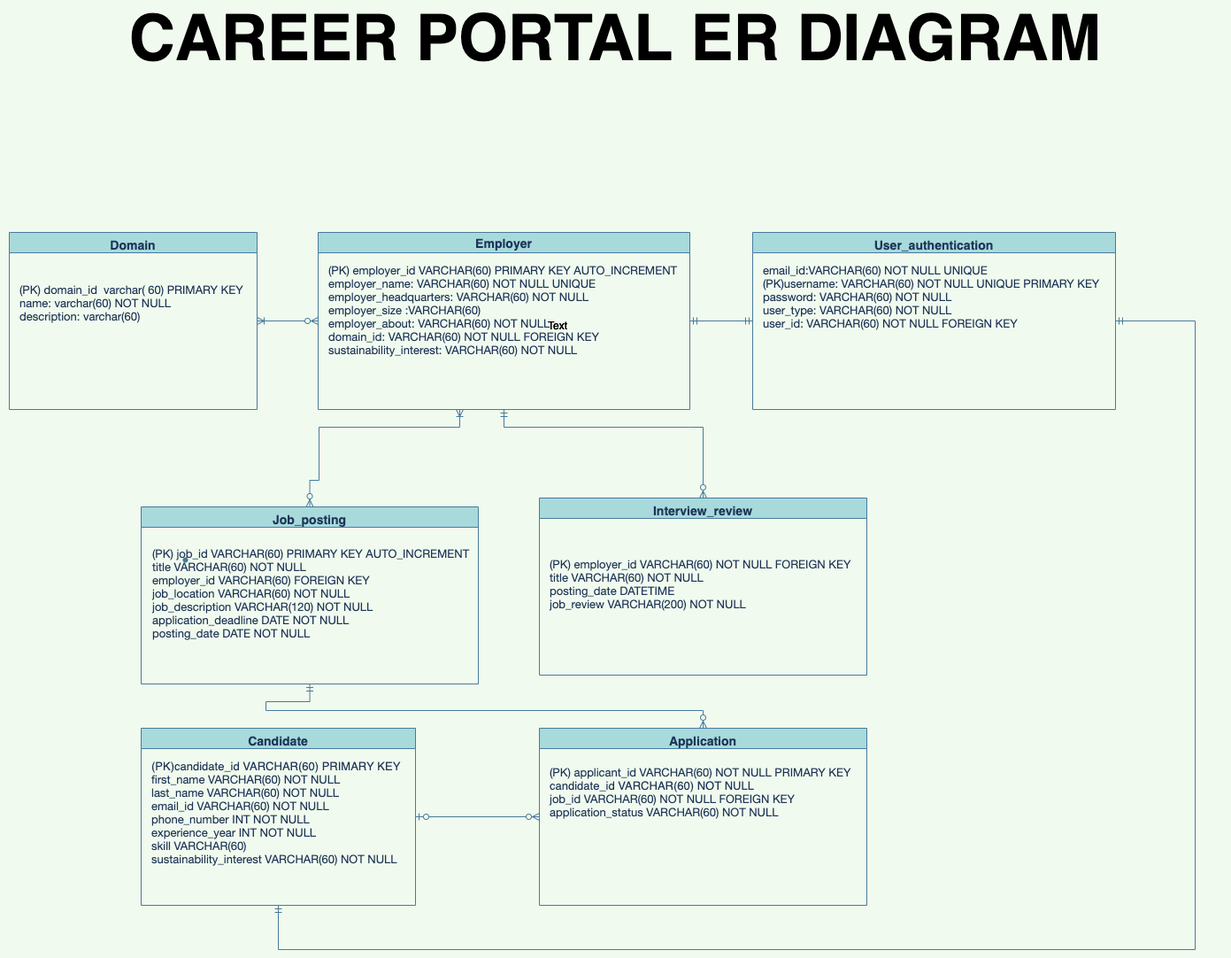
Earlier version of the draw.io export documentation/logical_design_V2.png (CS480UIC/cs480--course-project-career_portal). Source tidied: cells renumbered, new cells last; positions are measured from the earlier drawing's top-left corner, leaving out a move shared by most shapes.
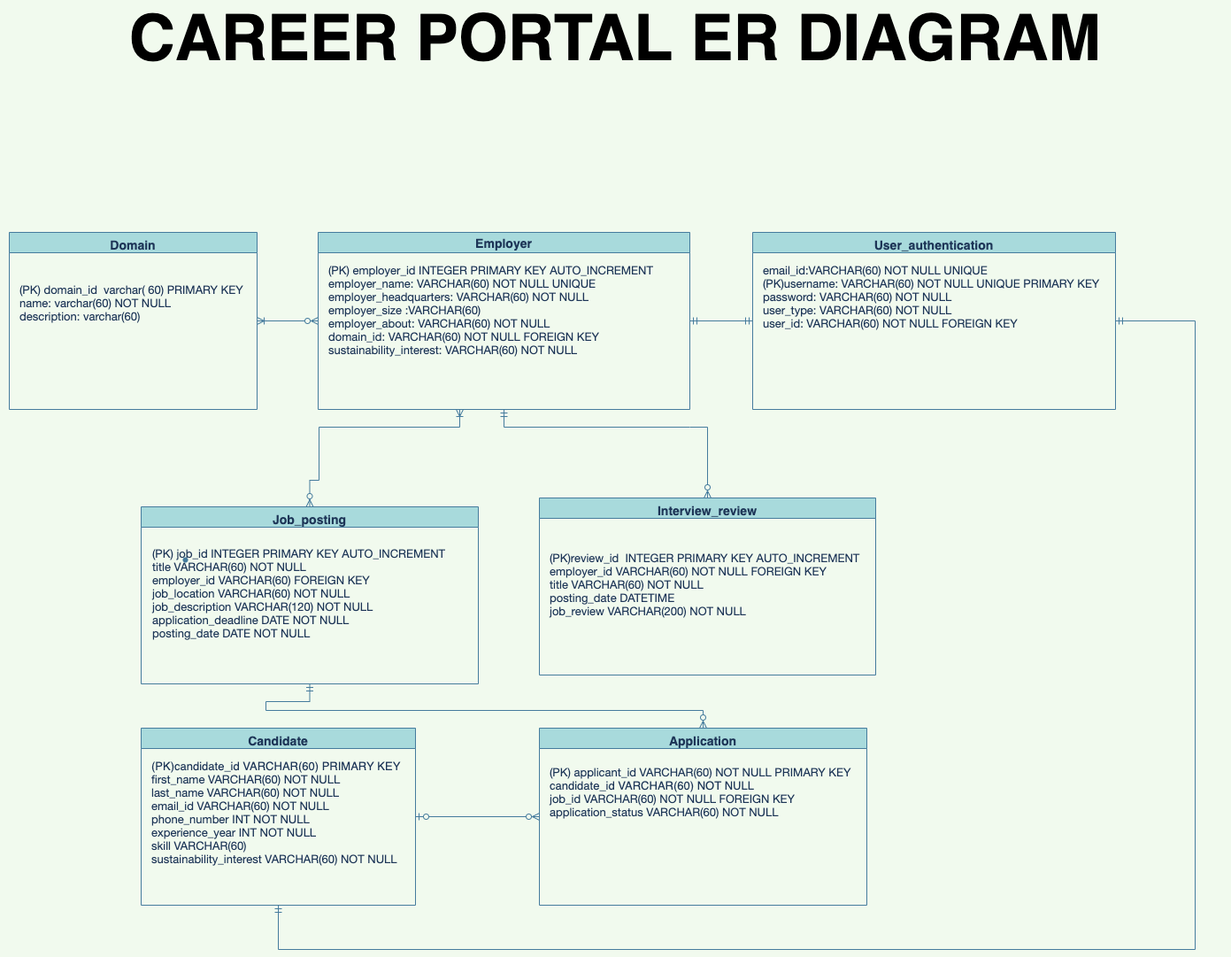
After the change.

The edit, as a diff of the source:
```diff
@@ -19,8 +19,8 @@
     <mxCell id="4" value="Employer" style="swimlane;fontSize=14;fillColor=#A8DADC;strokeColor=#457B9D;fontColor=#1D3557;" parent="1" vertex="1">
       <mxGeometry x="359" y="234" width="420" height="200" as="geometry" />
     </mxCell>
-    <mxCell id="5" value="&lt;p class=&quot;p1&quot; style=&quot;margin: 0px ; font-stretch: normal ; line-height: normal ; font-family: &amp;#34;helvetica neue&amp;#34; ; font-size: 13px&quot;&gt;&lt;font style=&quot;font-size: 13px&quot;&gt;(PK) employer_id VARCHAR(60) PRIMARY KEY AUTO_INCREMENT&lt;br style=&quot;font-size: 13px&quot;&gt;employer_name: VARCHAR(60) NOT NULL UNIQUE&lt;/font&gt;&lt;/p&gt;&lt;p class=&quot;p1&quot; style=&quot;margin: 0px ; font-stretch: normal ; line-height: normal ; font-family: &amp;#34;helvetica neue&amp;#34; ; font-size: 13px&quot;&gt;&lt;font style=&quot;font-size: 13px&quot;&gt;employer_headquarters: VARCHAR(60) NOT NULL&lt;/font&gt;&lt;/p&gt;&lt;p class=&quot;p1&quot; style=&quot;margin: 0px ; font-stretch: normal ; line-height: normal ; font-family: &amp;#34;helvetica neue&amp;#34; ; font-size: 13px&quot;&gt;&lt;font style=&quot;font-size: 13px&quot;&gt;employer_size :VARCHAR(60)&amp;nbsp;&lt;/font&gt;&lt;/p&gt;&lt;p class=&quot;p1&quot; style=&quot;margin: 0px ; font-stretch: normal ; line-height: normal ; font-family: &amp;#34;helvetica neue&amp;#34; ; font-size: 13px&quot;&gt;&lt;font style=&quot;font-size: 13px&quot;&gt;employer_about: VARCHAR(60) NOT NULL&lt;/font&gt;&lt;/p&gt;&lt;p class=&quot;p1&quot; style=&quot;margin: 0px ; font-stretch: normal ; line-height: normal ; font-family: &amp;#34;helvetica neue&amp;#34; ; font-size: 13px&quot;&gt;&lt;font style=&quot;font-size: 13px&quot;&gt;domain_id: VARCHAR(60) NOT NULL FOREIGN KEY&amp;nbsp;&amp;nbsp;&lt;/font&gt;&lt;/p&gt;&lt;p class=&quot;p1&quot; style=&quot;margin: 0px ; font-stretch: normal ; line-height: normal ; font-family: &amp;#34;helvetica neue&amp;#34; ; font-size: 13px&quot;&gt;&lt;font style=&quot;font-size: 13px&quot;&gt;sustainability_interest: VARCHAR(60) NOT NULL&lt;/font&gt;&lt;/p&gt;&lt;p class=&quot;p2&quot; style=&quot;margin: 0px 0px 0px 23px ; font-stretch: normal ; font-size: 13px ; line-height: normal ; font-family: &amp;#34;helvetica neue&amp;#34; ; min-height: 15px&quot;&gt;&lt;br style=&quot;font-size: 13px&quot;&gt;&lt;/p&gt;" style="text;html=1;align=left;verticalAlign=middle;strokeColor=none;fillColor=none;fontSize=13;fontColor=#1D3557;" parent="4" vertex="1">
-      <mxGeometry x="10" y="30" width="410" height="130" as="geometry" />
+    <mxCell id="5" value="&lt;p class=&quot;p1&quot; style=&quot;margin: 0px ; font-stretch: normal ; line-height: normal ; font-family: &amp;#34;helvetica neue&amp;#34; ; font-size: 13px&quot;&gt;&lt;font style=&quot;font-size: 13px&quot;&gt;(PK) employer_id INTEGER PRIMARY KEY AUTO_INCREMENT&lt;br style=&quot;font-size: 13px&quot;&gt;employer_name: VARCHAR(60) NOT NULL UNIQUE&lt;/font&gt;&lt;/p&gt;&lt;p class=&quot;p1&quot; style=&quot;margin: 0px ; font-stretch: normal ; line-height: normal ; font-family: &amp;#34;helvetica neue&amp;#34; ; font-size: 13px&quot;&gt;&lt;font style=&quot;font-size: 13px&quot;&gt;employer_headquarters: VARCHAR(60) NOT NULL&lt;/font&gt;&lt;/p&gt;&lt;p class=&quot;p1&quot; style=&quot;margin: 0px ; font-stretch: normal ; line-height: normal ; font-family: &amp;#34;helvetica neue&amp;#34; ; font-size: 13px&quot;&gt;&lt;font style=&quot;font-size: 13px&quot;&gt;employer_size :VARCHAR(60)&amp;nbsp;&lt;/font&gt;&lt;/p&gt;&lt;p class=&quot;p1&quot; style=&quot;margin: 0px ; font-stretch: normal ; line-height: normal ; font-family: &amp;#34;helvetica neue&amp;#34; ; font-size: 13px&quot;&gt;&lt;font style=&quot;font-size: 13px&quot;&gt;employer_about: VARCHAR(60) NOT NULL&lt;/font&gt;&lt;/p&gt;&lt;p class=&quot;p1&quot; style=&quot;margin: 0px ; font-stretch: normal ; line-height: normal ; font-family: &amp;#34;helvetica neue&amp;#34; ; font-size: 13px&quot;&gt;&lt;font style=&quot;font-size: 13px&quot;&gt;domain_id: VARCHAR(60) NOT NULL FOREIGN KEY&amp;nbsp;&amp;nbsp;&lt;/font&gt;&lt;/p&gt;&lt;p class=&quot;p1&quot; style=&quot;margin: 0px ; font-stretch: normal ; line-height: normal ; font-family: &amp;#34;helvetica neue&amp;#34; ; font-size: 13px&quot;&gt;&lt;font style=&quot;font-size: 13px&quot;&gt;sustainability_interest: VARCHAR(60) NOT NULL&lt;/font&gt;&lt;/p&gt;&lt;p class=&quot;p2&quot; style=&quot;margin: 0px 0px 0px 23px ; font-stretch: normal ; font-size: 13px ; line-height: normal ; font-family: &amp;#34;helvetica neue&amp;#34; ; min-height: 15px&quot;&gt;&lt;br style=&quot;font-size: 13px&quot;&gt;&lt;/p&gt;" style="text;html=1;align=left;verticalAlign=middle;strokeColor=none;fillColor=none;fontSize=13;fontColor=#1D3557;" parent="4" vertex="1">
+      <mxGeometry x="10" y="30" width="380" height="130" as="geometry" />
     </mxCell>
     <mxCell id="6" style="edgeStyle=none;rounded=0;jettySize=auto;html=1;exitX=1;exitY=0.5;exitDx=0;exitDy=0;entryX=0;entryY=0.5;entryDx=0;entryDy=0;fontSize=13;endArrow=ERzeroToMany;endFill=0;startArrow=ERzeroToOne;startFill=0;strokeColor=#457B9D;fontColor=#1D3557;labelBackgroundColor=#F1FAEE;" parent="1" edge="1" source="8" target="10">
       <mxGeometry relative="1" as="geometry" />
@@ -68,8 +68,8 @@
     <mxCell id="16" value="Job_posting&#10;&#9;&#9;" style="swimlane;fontSize=14;verticalAlign=top;fillColor=#A8DADC;strokeColor=#457B9D;fontColor=#1D3557;" parent="1" vertex="1">
       <mxGeometry x="159" y="544" width="381" height="200" as="geometry" />
     </mxCell>
-    <mxCell id="17" value="&lt;p class=&quot;p1&quot; style=&quot;margin: 0px ; font-stretch: normal ; line-height: normal ; font-family: &amp;#34;helvetica neue&amp;#34; ; font-size: 13px&quot;&gt;&lt;font style=&quot;font-size: 13px&quot;&gt;(PK) job_id VARCHAR(60) PRIMARY KEY AUTO_INCREMENT&lt;br style=&quot;font-size: 13px&quot;&gt;title VARCHAR(60) NOT NULL&lt;/font&gt;&lt;/p&gt;&lt;p class=&quot;p1&quot; style=&quot;margin: 0px ; font-stretch: normal ; line-height: normal ; font-family: &amp;#34;helvetica neue&amp;#34; ; font-size: 13px&quot;&gt;&lt;font style=&quot;font-size: 13px&quot;&gt;employer_id VARCHAR(60) FOREIGN KEY&lt;/font&gt;&lt;/p&gt;&lt;p class=&quot;p1&quot; style=&quot;margin: 0px ; font-stretch: normal ; line-height: normal ; font-family: &amp;#34;helvetica neue&amp;#34; ; font-size: 13px&quot;&gt;&lt;font style=&quot;font-size: 13px&quot;&gt;job_location VARCHAR(60) NOT NULL&lt;/font&gt;&lt;/p&gt;&lt;p class=&quot;p1&quot; style=&quot;margin: 0px ; font-stretch: normal ; line-height: normal ; font-family: &amp;#34;helvetica neue&amp;#34; ; font-size: 13px&quot;&gt;&lt;font style=&quot;font-size: 13px&quot;&gt;job_description VARCHAR(120) NOT NULL&lt;/font&gt;&lt;/p&gt;&lt;p class=&quot;p1&quot; style=&quot;margin: 0px ; font-stretch: normal ; line-height: normal ; font-family: &amp;#34;helvetica neue&amp;#34; ; font-size: 13px&quot;&gt;&lt;font style=&quot;font-size: 13px&quot;&gt;application_deadline DATE NOT NULL&lt;/font&gt;&lt;/p&gt;&lt;p class=&quot;p1&quot; style=&quot;margin: 0px ; font-stretch: normal ; line-height: normal ; font-family: &amp;#34;helvetica neue&amp;#34; ; font-size: 13px&quot;&gt;posting_date DATE NOT NULL&lt;/p&gt;&lt;p class=&quot;p2&quot; style=&quot;margin: 0px 0px 0px 23px ; font-stretch: normal ; font-size: 13px ; line-height: normal ; font-family: &amp;#34;helvetica neue&amp;#34; ; min-height: 15px&quot;&gt;&lt;br style=&quot;font-size: 13px&quot;&gt;&lt;/p&gt;" style="text;html=1;align=left;verticalAlign=middle;strokeColor=none;fillColor=none;fontSize=13;fontColor=#1D3557;" parent="16" vertex="1">
-      <mxGeometry x="11" y="40" width="370" height="130" as="geometry" />
+    <mxCell id="17" value="&lt;p class=&quot;p1&quot; style=&quot;margin: 0px ; font-stretch: normal ; line-height: normal ; font-family: &amp;#34;helvetica neue&amp;#34; ; font-size: 13px&quot;&gt;&lt;font style=&quot;font-size: 13px&quot;&gt;(PK) job_id INTEGER&amp;nbsp;PRIMARY KEY AUTO_INCREMENT&lt;br style=&quot;font-size: 13px&quot;&gt;title VARCHAR(60) NOT NULL&lt;/font&gt;&lt;/p&gt;&lt;p class=&quot;p1&quot; style=&quot;margin: 0px ; font-stretch: normal ; line-height: normal ; font-family: &amp;#34;helvetica neue&amp;#34; ; font-size: 13px&quot;&gt;&lt;font style=&quot;font-size: 13px&quot;&gt;employer_id VARCHAR(60) FOREIGN KEY&lt;/font&gt;&lt;/p&gt;&lt;p class=&quot;p1&quot; style=&quot;margin: 0px ; font-stretch: normal ; line-height: normal ; font-family: &amp;#34;helvetica neue&amp;#34; ; font-size: 13px&quot;&gt;&lt;font style=&quot;font-size: 13px&quot;&gt;job_location VARCHAR(60) NOT NULL&lt;/font&gt;&lt;/p&gt;&lt;p class=&quot;p1&quot; style=&quot;margin: 0px ; font-stretch: normal ; line-height: normal ; font-family: &amp;#34;helvetica neue&amp;#34; ; font-size: 13px&quot;&gt;&lt;font style=&quot;font-size: 13px&quot;&gt;job_description VARCHAR(120) NOT NULL&lt;/font&gt;&lt;/p&gt;&lt;p class=&quot;p1&quot; style=&quot;margin: 0px ; font-stretch: normal ; line-height: normal ; font-family: &amp;#34;helvetica neue&amp;#34; ; font-size: 13px&quot;&gt;&lt;font style=&quot;font-size: 13px&quot;&gt;application_deadline DATE NOT NULL&lt;/font&gt;&lt;/p&gt;&lt;p class=&quot;p1&quot; style=&quot;margin: 0px ; font-stretch: normal ; line-height: normal ; font-family: &amp;#34;helvetica neue&amp;#34; ; font-size: 13px&quot;&gt;posting_date DATE NOT NULL&lt;/p&gt;&lt;p class=&quot;p2&quot; style=&quot;margin: 0px 0px 0px 23px ; font-stretch: normal ; font-size: 13px ; line-height: normal ; font-family: &amp;#34;helvetica neue&amp;#34; ; min-height: 15px&quot;&gt;&lt;br style=&quot;font-size: 13px&quot;&gt;&lt;/p&gt;" style="text;html=1;align=left;verticalAlign=middle;strokeColor=none;fillColor=none;fontSize=13;fontColor=#1D3557;" parent="16" vertex="1">
+      <mxGeometry x="11" y="40" width="350" height="130" as="geometry" />
     </mxCell>
     <mxCell id="18" style="edgeStyle=orthogonalEdgeStyle;rounded=0;jettySize=auto;html=1;exitX=1;exitY=0.5;exitDx=0;exitDy=0;fontSize=13;endArrow=none;endFill=0;startArrow=ERmandOne;startFill=0;strokeColor=#457B9D;fontColor=#1D3557;labelBackgroundColor=#F1FAEE;" parent="1" edge="1" source="19">
       <mxGeometry relative="1" as="geometry">
@@ -95,20 +95,14 @@
       </mxGeometry>
     </mxCell>
     <mxCell id="22" value="Interview_review&#10;&#9;&#9;" style="swimlane;fontSize=14;verticalAlign=top;fillColor=#A8DADC;strokeColor=#457B9D;fontColor=#1D3557;" parent="1" vertex="1">
-      <mxGeometry x="609" y="534" width="370" height="200" as="geometry" />
+      <mxGeometry x="609" y="534" width="380" height="200" as="geometry" />
     </mxCell>
-    <mxCell id="23" value="&lt;p class=&quot;p1&quot; style=&quot;margin: 0px ; font-stretch: normal ; line-height: normal ; font-family: &amp;#34;helvetica neue&amp;#34; ; font-size: 13px&quot;&gt;&lt;font style=&quot;font-size: 13px&quot;&gt;(PK) employer_id VARCHAR(60) NOT NULL FOREIGN KEY&lt;br style=&quot;font-size: 13px&quot;&gt;title VARCHAR(60) NOT NULL&amp;nbsp;&lt;/font&gt;&lt;/p&gt;&lt;p class=&quot;p1&quot; style=&quot;margin: 0px ; font-stretch: normal ; line-height: normal ; font-family: &amp;#34;helvetica neue&amp;#34; ; font-size: 13px&quot;&gt;posting_date DATETIME&amp;nbsp; &amp;nbsp;&lt;/p&gt;&lt;p class=&quot;p1&quot; style=&quot;margin: 0px ; font-stretch: normal ; line-height: normal ; font-family: &amp;#34;helvetica neue&amp;#34; ; font-size: 13px&quot;&gt;job_review VARCHAR(200) NOT NULL&amp;nbsp;&lt;/p&gt;&lt;p class=&quot;p2&quot; style=&quot;margin: 0px 0px 0px 23px ; font-stretch: normal ; font-size: 13px ; line-height: normal ; font-family: &amp;#34;helvetica neue&amp;#34; ; min-height: 15px&quot;&gt;&lt;br style=&quot;font-size: 13px&quot;&gt;&lt;/p&gt;" style="text;html=1;align=left;verticalAlign=middle;strokeColor=none;fillColor=none;fontSize=13;fontColor=#1D3557;" parent="22" vertex="1">
-      <mxGeometry x="10" y="65" width="360" height="80" as="geometry" />
+    <mxCell id="23" value="&lt;p class=&quot;p1&quot; style=&quot;margin: 0px ; font-stretch: normal ; line-height: normal ; font-family: &amp;#34;helvetica neue&amp;#34; ; font-size: 13px&quot;&gt;&lt;font style=&quot;font-size: 13px&quot;&gt;(PK)review_id&amp;nbsp; INTEGER PRIMARY KEY AUTO_INCREMENT&lt;/font&gt;&lt;/p&gt;&lt;p class=&quot;p1&quot; style=&quot;margin: 0px ; font-stretch: normal ; line-height: normal ; font-family: &amp;#34;helvetica neue&amp;#34; ; font-size: 13px&quot;&gt;&lt;span&gt;employer_id VARCHAR(60) NOT NULL FOREIGN KEY&lt;/span&gt;&lt;/p&gt;&lt;p class=&quot;p1&quot; style=&quot;margin: 0px ; font-stretch: normal ; line-height: normal ; font-family: &amp;#34;helvetica neue&amp;#34; ; font-size: 13px&quot;&gt;&lt;font style=&quot;font-size: 13px&quot;&gt;title VARCHAR(60) NOT NULL&amp;nbsp;&lt;/font&gt;&lt;/p&gt;&lt;p class=&quot;p1&quot; style=&quot;margin: 0px ; font-stretch: normal ; line-height: normal ; font-family: &amp;#34;helvetica neue&amp;#34; ; font-size: 13px&quot;&gt;posting_date DATETIME&amp;nbsp; &amp;nbsp;&lt;/p&gt;&lt;p class=&quot;p1&quot; style=&quot;margin: 0px ; font-stretch: normal ; line-height: normal ; font-family: &amp;#34;helvetica neue&amp;#34; ; font-size: 13px&quot;&gt;job_review VARCHAR(200) NOT NULL&amp;nbsp;&lt;/p&gt;&lt;p class=&quot;p2&quot; style=&quot;margin: 0px 0px 0px 23px ; font-stretch: normal ; font-size: 13px ; line-height: normal ; font-family: &amp;#34;helvetica neue&amp;#34; ; min-height: 15px&quot;&gt;&lt;br style=&quot;font-size: 13px&quot;&gt;&lt;/p&gt;" style="text;html=1;align=left;verticalAlign=middle;strokeColor=none;fillColor=none;fontSize=13;fontColor=#1D3557;" parent="22" vertex="1">
+      <mxGeometry x="10" y="55" width="370" height="100" as="geometry" />
     </mxCell>
     <mxCell id="24" style="shape=waypoint;sketch=0;fillStyle=solid;size=6;fillColor=none;perimeter=centerPerimeter;rounded=0;fontColor=#1D3557;strokeColor=#457B9D;" parent="1" vertex="1">
       <mxGeometry x="189" y="584" width="40" height="40" as="geometry" />
     </mxCell>
-    <mxCell id="25" value="Text" style="text;html=1;strokeColor=none;fillColor=none;align=center;verticalAlign=middle;whiteSpace=wrap;rounded=0;" parent="1" vertex="1">
-      <mxGeometry x="600" y="324" width="60" height="30" as="geometry" />
-    </mxCell>
-    <mxCell id="26" value="Text" style="text;html=1;strokeColor=none;fillColor=none;align=center;verticalAlign=middle;whiteSpace=wrap;rounded=0;" parent="1" vertex="1">
-      <mxGeometry x="600" y="324" width="60" height="30" as="geometry" />
-    </mxCell>
     <mxCell id="27" value="&lt;font style=&quot;font-size: 72px&quot;&gt;&lt;b&gt;CAREER PORTAL ER DIAGRAM&lt;/b&gt;&lt;/font&gt;" style="text;html=1;strokeColor=none;fillColor=none;align=center;verticalAlign=middle;whiteSpace=wrap;rounded=0;" parent="1" vertex="1">
       <mxGeometry width="1390" height="30" as="geometry" />
     </mxCell>
```
